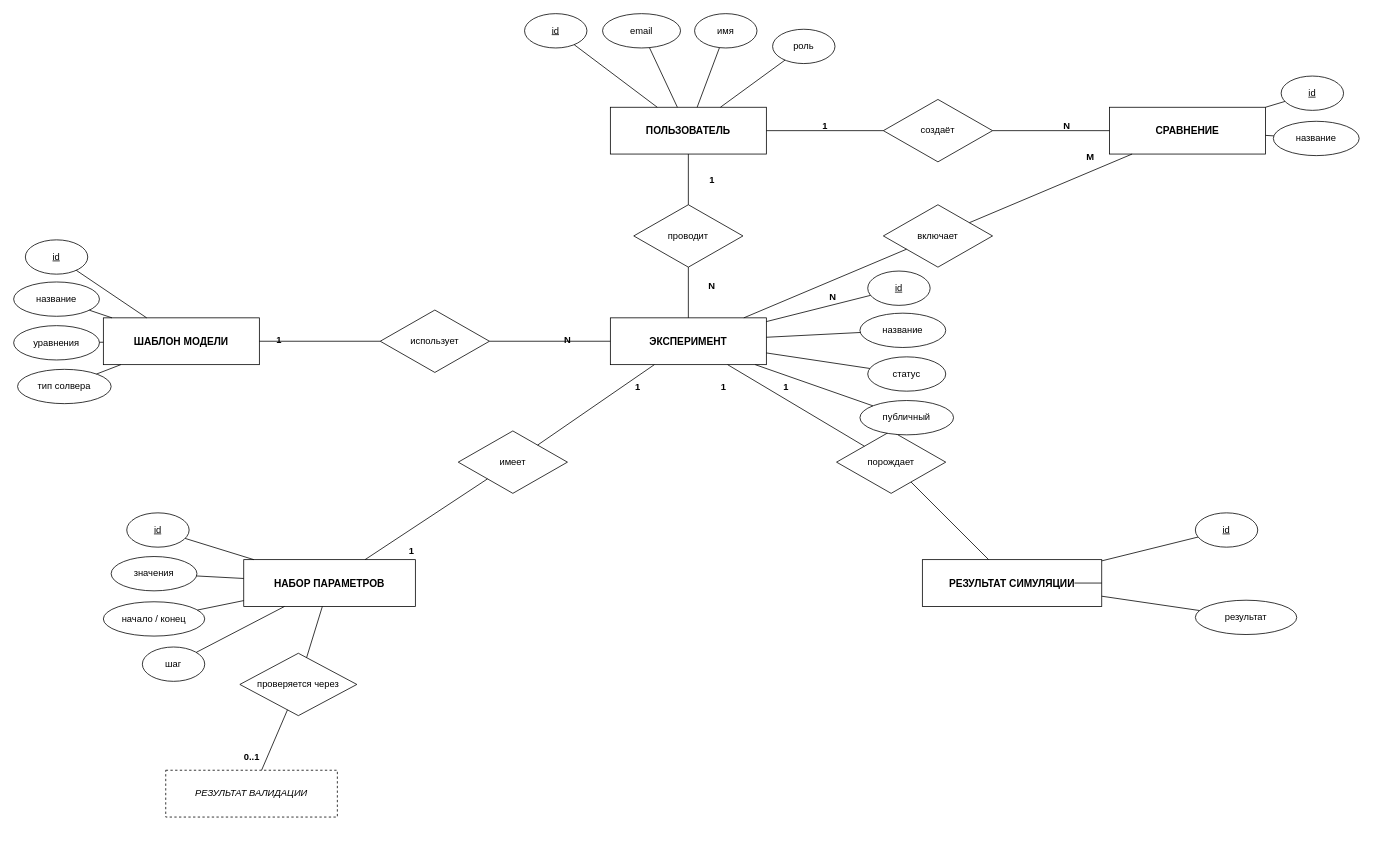
This is diagrams/er.drawio from Nna2291/vargod, a draw.io file, before an edit. Source tidied: cells renumbered, new cells numbered last; positions are measured from the earlier drawing's top-left corner, leaving out a move shared by most shapes. Both pictures are drawn from the tidied source at 78%, with x=0, y=0 at pixel (13, 13).
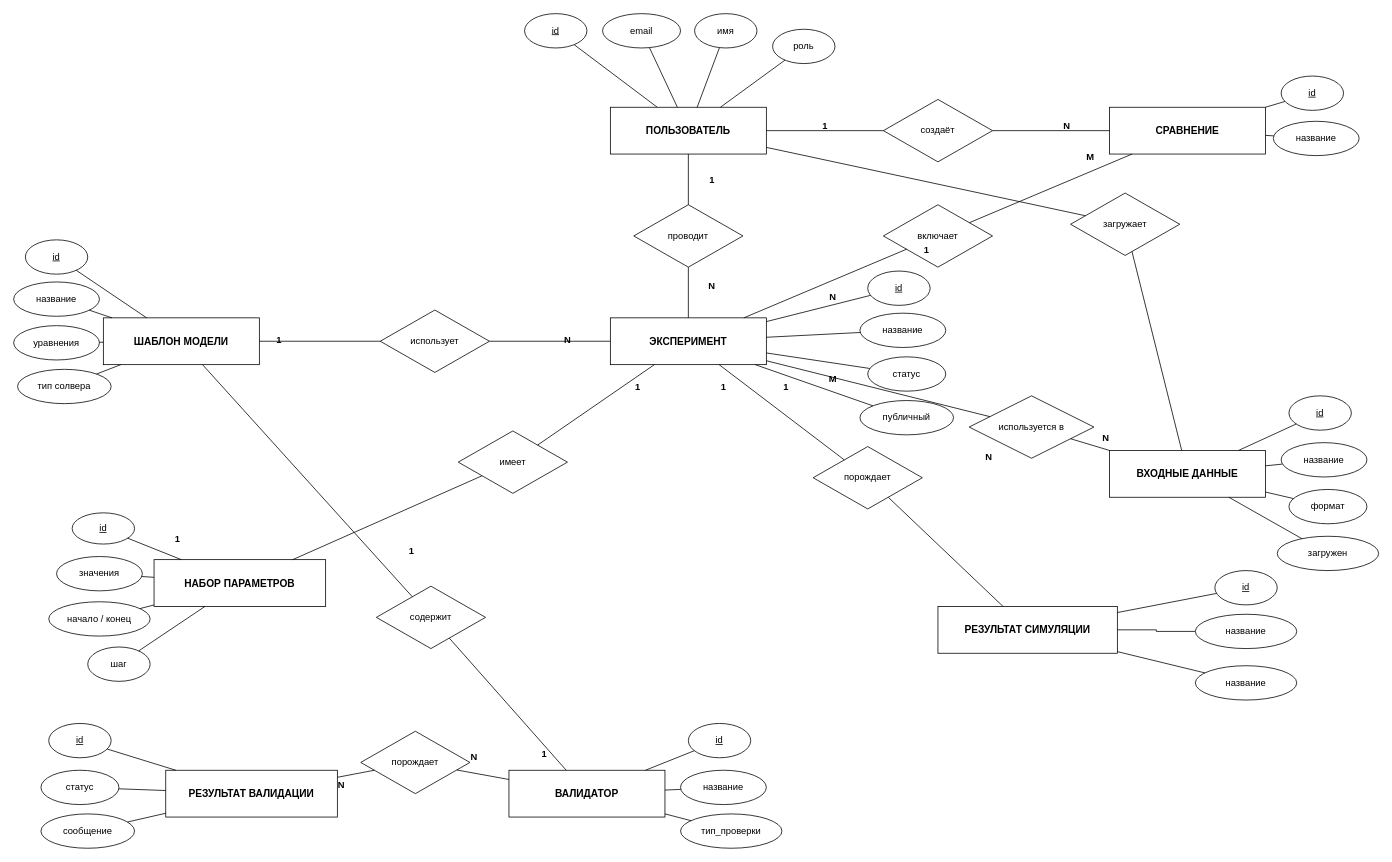
The same diagram, later.

Unchanged cells that the change refers to:
```xml
<mxCell id="2" value="ПОЛЬЗОВАТЕЛЬ" style="rounded=0;whiteSpace=wrap;html=1;fontStyle=1;fontSize=13;" parent="1" vertex="1">
  <mxGeometry x="765" y="120" width="200" height="60" as="geometry" />
</mxCell>
<mxCell id="3" value="ШАБЛОН МОДЕЛИ" style="rounded=0;whiteSpace=wrap;html=1;fontStyle=1;fontSize=13;" parent="1" vertex="1">
  <mxGeometry x="115" y="390" width="200" height="60" as="geometry" />
</mxCell>
<mxCell id="4" value="ЭКСПЕРИМЕНТ" style="rounded=0;whiteSpace=wrap;html=1;fontStyle=1;fontSize=13;" parent="1" vertex="1">
  <mxGeometry x="765" y="390" width="200" height="60" as="geometry" />
</mxCell>
```

Diff of the diagram source:
```diff
@@
     <mxCell id="6" value="НАБОР ПАРАМЕТРОВ" style="rounded=0;whiteSpace=wrap;html=1;fontStyle=1;fontSize=13;" parent="1" vertex="1">
-      <mxGeometry x="295" y="700" width="220" height="60" as="geometry" />
+      <mxGeometry x="180" y="700" width="220" height="60" as="geometry" />
     </mxCell>
     <mxCell id="7" value="РЕЗУЛЬТАТ СИМУЛЯЦИИ" style="rounded=0;whiteSpace=wrap;html=1;fontStyle=1;fontSize=13;" parent="1" vertex="1">
-      <mxGeometry x="1165" y="700" width="230" height="60" as="geometry" />
+      <mxGeometry x="1185" y="760" width="230" height="60" as="geometry" />
     </mxCell>
-    <mxCell id="8" value="РЕЗУЛЬТАТ ВАЛИДАЦИИ" style="rounded=0;whiteSpace=wrap;html=1;fontStyle=2;dashed=1;fontSize=12;" parent="1" vertex="1">
+    <mxCell id="8" value="РЕЗУЛЬТАТ ВАЛИДАЦИИ" style="rounded=0;whiteSpace=wrap;html=1;fontStyle=1;fontSize=13;" parent="1" vertex="1">
       <mxGeometry x="195" y="970" width="220" height="60" as="geometry" />
     </mxCell>
@@
     <mxCell id="12" value="порождает" style="rhombus;whiteSpace=wrap;html=1;" parent="1" vertex="1">
-      <mxGeometry x="1055" y="535" width="140" height="80" as="geometry" />
+      <mxGeometry x="1025" y="555" width="140" height="80" as="geometry" />
     </mxCell>
@@
-    <mxCell id="15" value="проверяется через" style="rhombus;whiteSpace=wrap;html=1;" parent="1" vertex="1">
-      <mxGeometry x="290" y="820" width="150" height="80" as="geometry" />
-    </mxCell>
@@
     <mxCell id="30" value="id" style="ellipse;whiteSpace=wrap;html=1;fontStyle=4;" parent="1" vertex="1">
-      <mxGeometry x="145" y="640" width="80" height="44" as="geometry" />
+      <mxGeometry x="75" y="640" width="80" height="40" as="geometry" />
     </mxCell>
     <mxCell id="31" value="значения" style="ellipse;whiteSpace=wrap;html=1;" parent="1" vertex="1">
-      <mxGeometry x="125" y="696" width="110" height="44" as="geometry" />
+      <mxGeometry x="55" y="696" width="110" height="44" as="geometry" />
     </mxCell>
     <mxCell id="32" value="начало / конец" style="ellipse;whiteSpace=wrap;html=1;" parent="1" vertex="1">
-      <mxGeometry x="115" y="754" width="130" height="44" as="geometry" />
+      <mxGeometry x="45" y="754" width="130" height="44" as="geometry" />
     </mxCell>
     <mxCell id="33" value="шаг" style="ellipse;whiteSpace=wrap;html=1;" parent="1" vertex="1">
-      <mxGeometry x="165" y="812" width="80" height="44" as="geometry" />
+      <mxGeometry x="95" y="812" width="80" height="44" as="geometry" />
     </mxCell>
     <mxCell id="34" value="id" style="ellipse;whiteSpace=wrap;html=1;fontStyle=4;" parent="1" vertex="1">
-      <mxGeometry x="1515" y="640" width="80" height="44" as="geometry" />
+      <mxGeometry x="1540" y="714" width="80" height="44" as="geometry" />
     </mxCell>
-    <mxCell id="35" value="результат" style="ellipse;whiteSpace=wrap;html=1;" parent="1" vertex="1">
-      <mxGeometry x="1515" y="752" width="130" height="44" as="geometry" />
+    <mxCell id="35" value="название" style="ellipse;whiteSpace=wrap;html=1;" parent="1" vertex="1">
+      <mxGeometry x="1515" y="836" width="130" height="44" as="geometry" />
     </mxCell>
@@
-    <mxCell id="68" style="endArrow=none;html=1;" parent="1" edge="1" source="6" target="15">
-      <mxGeometry relative="1" as="geometry" />
-    </mxCell>
-    <mxCell id="69" style="endArrow=none;html=1;" parent="1" edge="1" source="15" target="8">
-      <mxGeometry relative="1" as="geometry" />
-    </mxCell>
-    <mxCell id="70" style="endArrow=none;html=1;" parent="1" edge="1" source="7">
-      <mxGeometry relative="1" as="geometry">
-        <mxPoint x="1360" y="730" as="targetPoint" />
-      </mxGeometry>
-    </mxCell>
@@
-    <mxCell id="83" value="0..1" style="text;html=1;align=center;fontStyle=1;" parent="1" vertex="1">
-      <mxGeometry x="285" y="940" width="40" height="20" as="geometry" />
-    </mxCell>
+    <mxCell id="84" value="ВХОДНЫЕ ДАННЫЕ" style="rounded=0;whiteSpace=wrap;html=1;fontStyle=1;fontSize=13;" parent="1" vertex="1">
+      <mxGeometry x="1405" y="560" width="200" height="60" as="geometry" />
+    </mxCell>
+    <mxCell id="85" value="id" style="ellipse;whiteSpace=wrap;html=1;fontStyle=4;" parent="1" vertex="1">
+      <mxGeometry x="1635" y="490" width="80" height="44" as="geometry" />
+    </mxCell>
+    <mxCell id="86" value="название" style="ellipse;whiteSpace=wrap;html=1;" parent="1" vertex="1">
+      <mxGeometry x="1625" y="550" width="110" height="44" as="geometry" />
+    </mxCell>
+    <mxCell id="87" value="формат" style="ellipse;whiteSpace=wrap;html=1;" parent="1" vertex="1">
+      <mxGeometry x="1635" y="610" width="100" height="44" as="geometry" />
+    </mxCell>
+    <mxCell id="88" value="загружен" style="ellipse;whiteSpace=wrap;html=1;" parent="1" vertex="1">
+      <mxGeometry x="1620" y="670" width="130" height="44" as="geometry" />
+    </mxCell>
+    <mxCell id="89" style="endArrow=none;html=1;" parent="1" edge="1" source="84" target="85">
+      <mxGeometry relative="1" as="geometry" />
+    </mxCell>
+    <mxCell id="90" style="endArrow=none;html=1;" parent="1" edge="1" source="84" target="86">
+      <mxGeometry relative="1" as="geometry" />
+    </mxCell>
+    <mxCell id="91" style="endArrow=none;html=1;" parent="1" edge="1" source="84" target="87">
+      <mxGeometry relative="1" as="geometry" />
+    </mxCell>
+    <mxCell id="92" style="endArrow=none;html=1;" parent="1" edge="1" source="84" target="88">
+      <mxGeometry relative="1" as="geometry" />
+    </mxCell>
+    <mxCell id="93" value="ВАЛИДАТОР" style="rounded=0;whiteSpace=wrap;html=1;fontStyle=1;fontSize=13;" parent="1" vertex="1">
+      <mxGeometry x="635" y="970" width="200" height="60" as="geometry" />
+    </mxCell>
+    <mxCell id="94" value="id" style="ellipse;whiteSpace=wrap;html=1;fontStyle=4;" parent="1" vertex="1">
+      <mxGeometry x="865" y="910" width="80" height="44" as="geometry" />
+    </mxCell>
+    <mxCell id="95" value="название" style="ellipse;whiteSpace=wrap;html=1;" parent="1" vertex="1">
+      <mxGeometry x="855" y="970" width="110" height="44" as="geometry" />
+    </mxCell>
+    <mxCell id="96" value="тип_проверки" style="ellipse;whiteSpace=wrap;html=1;" parent="1" vertex="1">
+      <mxGeometry x="855" y="1026" width="130" height="44" as="geometry" />
+    </mxCell>
+    <mxCell id="97" style="endArrow=none;html=1;" parent="1" edge="1" source="93" target="94">
+      <mxGeometry relative="1" as="geometry" />
+    </mxCell>
+    <mxCell id="98" style="endArrow=none;html=1;" parent="1" edge="1" source="93" target="95">
+      <mxGeometry relative="1" as="geometry" />
+    </mxCell>
+    <mxCell id="99" style="endArrow=none;html=1;" parent="1" edge="1" source="93" target="96">
+      <mxGeometry relative="1" as="geometry" />
+    </mxCell>
+    <mxCell id="100" value="id" style="ellipse;whiteSpace=wrap;html=1;fontStyle=4;" parent="1" vertex="1">
+      <mxGeometry x="45" y="910" width="80" height="44" as="geometry" />
+    </mxCell>
+    <mxCell id="101" value="статус" style="ellipse;whiteSpace=wrap;html=1;" parent="1" vertex="1">
+      <mxGeometry x="35" y="970" width="100" height="44" as="geometry" />
+    </mxCell>
+    <mxCell id="102" value="сообщение" style="ellipse;whiteSpace=wrap;html=1;" parent="1" vertex="1">
+      <mxGeometry x="35" y="1026" width="120" height="44" as="geometry" />
+    </mxCell>
+    <mxCell id="103" style="endArrow=none;html=1;" parent="1" edge="1" source="8" target="100">
+      <mxGeometry relative="1" as="geometry" />
+    </mxCell>
+    <mxCell id="104" style="endArrow=none;html=1;" parent="1" edge="1" source="8" target="101">
+      <mxGeometry relative="1" as="geometry" />
+    </mxCell>
+    <mxCell id="105" style="endArrow=none;html=1;" parent="1" edge="1" source="8" target="102">
+      <mxGeometry relative="1" as="geometry" />
+    </mxCell>
+    <mxCell id="106" value="загружает" style="rhombus;whiteSpace=wrap;html=1;" parent="1" vertex="1">
+      <mxGeometry x="1355" y="230" width="140" height="80" as="geometry" />
+    </mxCell>
+    <mxCell id="107" style="endArrow=none;html=1;" parent="1" edge="1" source="2" target="106">
+      <mxGeometry relative="1" as="geometry" />
+    </mxCell>
+    <mxCell id="108" style="endArrow=none;html=1;" parent="1" edge="1" source="106" target="84">
+      <mxGeometry relative="1" as="geometry" />
+    </mxCell>
+    <mxCell id="109" value="1" style="text;html=1;align=center;fontStyle=1;" parent="1" vertex="1">
+      <mxGeometry x="1155" y="290" width="30" height="20" as="geometry" />
+    </mxCell>
+    <mxCell id="110" value="N" style="text;html=1;align=center;fontStyle=1;" parent="1" vertex="1">
+      <mxGeometry x="1385" y="530" width="30" height="20" as="geometry" />
+    </mxCell>
+    <mxCell id="111" value="используется в" style="rhombus;whiteSpace=wrap;html=1;" parent="1" vertex="1">
+      <mxGeometry x="1225" y="490" width="160" height="80" as="geometry" />
+    </mxCell>
+    <mxCell id="112" style="endArrow=none;html=1;" parent="1" edge="1" source="4" target="111">
+      <mxGeometry relative="1" as="geometry" />
+    </mxCell>
+    <mxCell id="113" style="endArrow=none;html=1;" parent="1" edge="1" source="111" target="84">
+      <mxGeometry relative="1" as="geometry" />
+    </mxCell>
+    <mxCell id="114" value="M" style="text;html=1;align=center;fontStyle=1;" parent="1" vertex="1">
+      <mxGeometry x="1035" y="455" width="30" height="20" as="geometry" />
+    </mxCell>
+    <mxCell id="115" value="N" style="text;html=1;align=center;fontStyle=1;" parent="1" vertex="1">
+      <mxGeometry x="1235" y="555" width="30" height="20" as="geometry" />
+    </mxCell>
+    <mxCell id="116" value="содержит" style="rhombus;whiteSpace=wrap;html=1;" parent="1" vertex="1">
+      <mxGeometry x="465" y="734" width="140" height="80" as="geometry" />
+    </mxCell>
+    <mxCell id="117" style="endArrow=none;html=1;" parent="1" edge="1" source="3" target="116">
+      <mxGeometry relative="1" as="geometry" />
+    </mxCell>
+    <mxCell id="118" style="endArrow=none;html=1;" parent="1" edge="1" source="116" target="93">
+      <mxGeometry relative="1" as="geometry" />
+    </mxCell>
+    <mxCell id="119" value="1" style="text;html=1;align=center;fontStyle=1;" parent="1" vertex="1">
+      <mxGeometry x="195" y="660" width="30" height="20" as="geometry" />
+    </mxCell>
+    <mxCell id="120" value="N" style="text;html=1;align=center;fontStyle=1;" parent="1" vertex="1">
+      <mxGeometry x="575" y="940" width="30" height="20" as="geometry" />
+    </mxCell>
+    <mxCell id="121" value="порождает" style="rhombus;whiteSpace=wrap;html=1;" parent="1" vertex="1">
+      <mxGeometry x="445" y="920" width="140" height="80" as="geometry" />
+    </mxCell>
+    <mxCell id="122" style="endArrow=none;html=1;" parent="1" edge="1" source="93" target="121">
+      <mxGeometry relative="1" as="geometry" />
+    </mxCell>
+    <mxCell id="123" style="endArrow=none;html=1;" parent="1" edge="1" source="121" target="8">
+      <mxGeometry relative="1" as="geometry" />
+    </mxCell>
+    <mxCell id="124" value="1" style="text;html=1;align=center;fontStyle=1;" parent="1" vertex="1">
+      <mxGeometry x="665" y="935" width="30" height="20" as="geometry" />
+    </mxCell>
+    <mxCell id="125" value="N" style="text;html=1;align=center;fontStyle=1;" parent="1" vertex="1">
+      <mxGeometry x="405" y="975" width="30" height="20" as="geometry" />
+    </mxCell>
+    <mxCell id="126" style="edgeStyle=orthogonalEdgeStyle;rounded=0;jettySize=auto;html=1;exitX=0;exitY=0.5;exitDx=0;exitDy=0;entryX=1;entryY=0.5;entryDx=0;entryDy=0;strokeColor=default;endArrow=none;endFill=0;" parent="1" edge="1" source="127" target="7">
+      <mxGeometry relative="1" as="geometry" />
+    </mxCell>
+    <mxCell id="127" value="название" style="ellipse;whiteSpace=wrap;html=1;" parent="1" vertex="1">
+      <mxGeometry x="1515" y="770" width="130" height="44" as="geometry" />
+    </mxCell>
```
